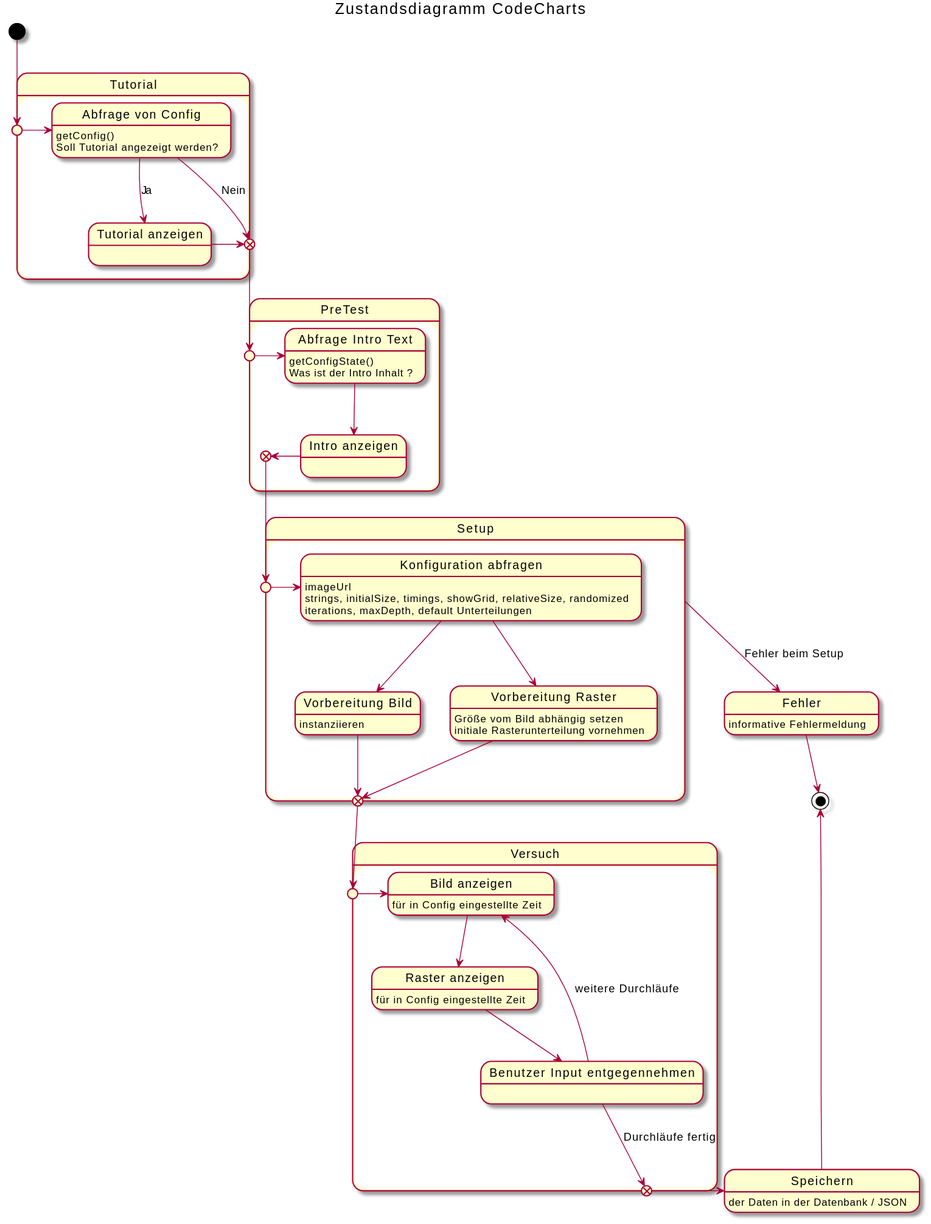
The PlantUML diagram uml-state/codecharts/zustand-codecharts.svg in weichware-10/dokumente, before a commit.
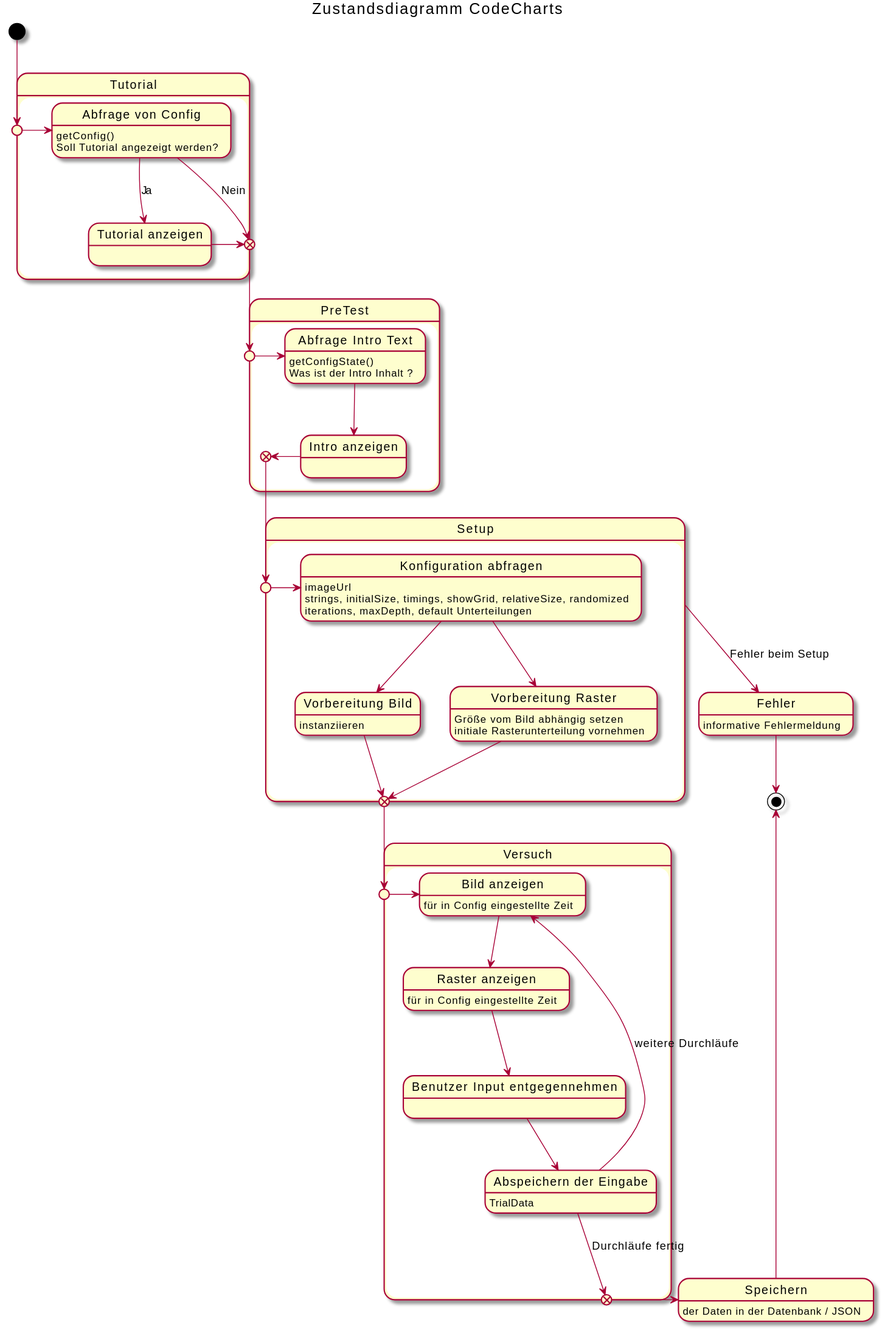
After the change.

Commit message:
[chore] rendered SVGs

Change to the diagram source:
```diff
@@ -47,11 +47,13 @@
     state "Bild anzeigen" as ba : für in Config eingestellte Zeit
     state "Raster anzeigen" as ra : für in Config eingestellte Zeit
     state "Benutzer Input entgegennehmen" as bi
+    state "Abspeichern der Eingabe" as ae : TrialData
     vnp -l-> ba
     ba --> ra
     ra --> bi
-    bi --> ba : weitere Durchläufe
-    bi --> vxp : Durchläufe fertig
+    bi --> ae
+    ae --> ba : weitere Durchläufe
+    ae --> vxp : Durchläufe fertig
 }
 
 s --> err : Fehler beim Setup
```
